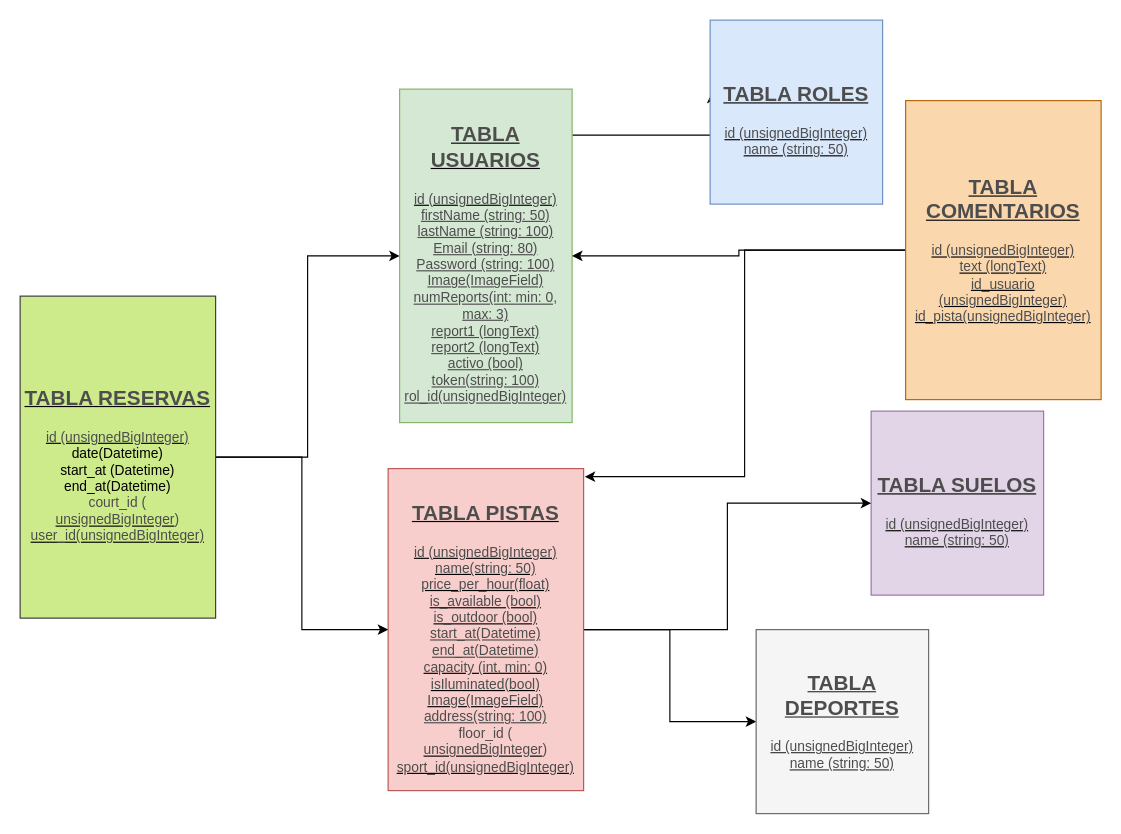
jedahee/Laravel-Backend-Final-Project-Degree keeps this draw.io diagram as GestionPistas BBDD.drawio. Above is the earlier version. Source tidied: cells renumbered, new cells numbered last; positions are measured from the earlier drawing's top-left corner, leaving out a move shared by most shapes. Both pictures are drawn from the tidied source at 115%, with x=0, y=0 at pixel (20, 20).
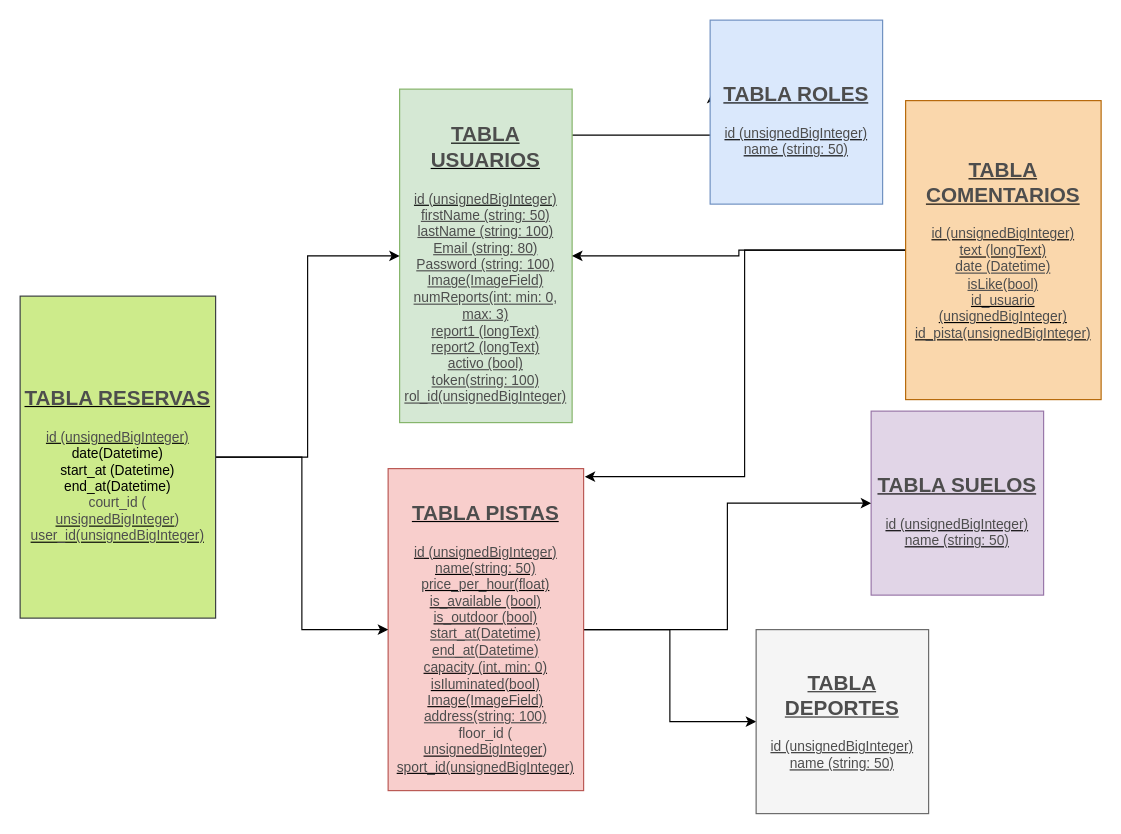
After the change.

Diff of the diagram source:
```diff
@@
 <mxGraphModel>
   <root>
     <mxCell id="0" />
     <mxCell id="1" parent="0" />
     <mxCell id="2" style="edgeStyle=orthogonalEdgeStyle;rounded=0;jettySize=auto;html=1;entryX=0.011;entryY=0.396;entryDx=0;entryDy=0;entryPerimeter=0;fontFamily=Helvetica;fontColor=#4D4D4D;" parent="1" edge="1" source="3" target="5">
       <mxGeometry relative="1" as="geometry">
         <Array as="points">
           <mxPoint x="470" y="100" />
           <mxPoint x="470" y="100" />
         </Array>
       </mxGeometry>
     </mxCell>
     <mxCell id="3" value="&lt;h2&gt;&lt;u&gt;&lt;font color=&quot;#4d4d4d&quot;&gt;TABLA USUARIOS&lt;/font&gt;&lt;/u&gt;&lt;/h2&gt;&lt;div&gt;&lt;u&gt;&lt;font color=&quot;#4d4d4d&quot;&gt;id (unsignedBigInteger)&lt;/font&gt;&lt;/u&gt;&lt;/div&gt;&lt;div&gt;&lt;font color=&quot;#4d4d4d&quot;&gt;&lt;u&gt;firstName (string: 50)&lt;/u&gt;&lt;/font&gt;&lt;/div&gt;&lt;div&gt;&lt;u style=&quot;color: rgb(77 , 77 , 77)&quot;&gt;lastName (string: 100)&lt;/u&gt;&lt;font color=&quot;#4d4d4d&quot;&gt;&lt;u&gt;&lt;br&gt;&lt;/u&gt;&lt;/font&gt;&lt;/div&gt;&lt;div&gt;&lt;u style=&quot;color: rgb(77 , 77 , 77)&quot;&gt;Email (string: 80)&lt;/u&gt;&lt;u style=&quot;color: rgb(77 , 77 , 77)&quot;&gt;&lt;br&gt;&lt;/u&gt;&lt;/div&gt;&lt;div&gt;&lt;u style=&quot;color: rgb(77 , 77 , 77)&quot;&gt;Password (string: 100)&lt;/u&gt;&lt;/div&gt;&lt;div&gt;&lt;u style=&quot;color: rgb(77 , 77 , 77)&quot;&gt;Image(ImageField)&lt;/u&gt;&lt;u style=&quot;color: rgb(77 , 77 , 77)&quot;&gt;&lt;br&gt;&lt;/u&gt;&lt;/div&gt;&lt;div&gt;&lt;u style=&quot;color: rgb(77 , 77 , 77)&quot;&gt;numReports(int: min: 0, max: 3)&lt;/u&gt;&lt;u style=&quot;color: rgb(77 , 77 , 77)&quot;&gt;&lt;br&gt;&lt;/u&gt;&lt;/div&gt;&lt;div&gt;&lt;u style=&quot;color: rgb(77 , 77 , 77)&quot;&gt;report1 (longText)&lt;/u&gt;&lt;u style=&quot;color: rgb(77 , 77 , 77)&quot;&gt;&lt;br&gt;&lt;/u&gt;&lt;/div&gt;&lt;div&gt;&lt;u style=&quot;color: rgb(77 , 77 , 77)&quot;&gt;report2 (longText)&lt;/u&gt;&lt;u style=&quot;color: rgb(77 , 77 , 77)&quot;&gt;&lt;br&gt;&lt;/u&gt;&lt;/div&gt;&lt;div&gt;&lt;u style=&quot;color: rgb(77 , 77 , 77)&quot;&gt;activo (bool)&lt;/u&gt;&lt;/div&gt;&lt;div&gt;&lt;u style=&quot;color: rgb(77 , 77 , 77)&quot;&gt;token(string: 100)&lt;/u&gt;&lt;/div&gt;&lt;div&gt;&lt;u style=&quot;color: rgb(77 , 77 , 77)&quot;&gt;rol_id(unsignedBigInteger)&lt;/u&gt;&lt;/div&gt;" style="rounded=0;whiteSpace=wrap;html=1;fillColor=#d5e8d4;strokeColor=#82b366;strokeWidth=1;perimeterSpacing=0;line-height:30px;" parent="1" vertex="1">
       <mxGeometry x="330" y="60" width="150" height="290" as="geometry" />
     </mxCell>
     <mxCell id="4" value="&lt;h2&gt;&lt;u&gt;&lt;font color=&quot;#4d4d4d&quot;&gt;TABLA SUELOS&lt;/font&gt;&lt;/u&gt;&lt;/h2&gt;&lt;div&gt;&lt;div&gt;&lt;u&gt;&lt;font color=&quot;#4d4d4d&quot;&gt;id (unsignedBigInteger)&lt;/font&gt;&lt;/u&gt;&lt;/div&gt;&lt;/div&gt;&lt;div&gt;&lt;u&gt;&lt;font color=&quot;#4d4d4d&quot;&gt;name (string: 50)&lt;/font&gt;&lt;/u&gt;&lt;u&gt;&lt;font color=&quot;#4d4d4d&quot;&gt;&lt;br&gt;&lt;/font&gt;&lt;/u&gt;&lt;/div&gt;" style="rounded=0;whiteSpace=wrap;html=1;fillColor=#e1d5e7;strokeColor=#9673a6;" parent="1" vertex="1">
       <mxGeometry x="740" y="340" width="150" height="160" as="geometry" />
     </mxCell>
     <mxCell id="5" value="&lt;h2&gt;&lt;u&gt;&lt;font color=&quot;#4d4d4d&quot;&gt;TABLA ROLES&lt;/font&gt;&lt;/u&gt;&lt;/h2&gt;&lt;div&gt;&lt;div&gt;&lt;u&gt;&lt;font color=&quot;#4d4d4d&quot;&gt;id (unsignedBigInteger)&lt;/font&gt;&lt;/u&gt;&lt;/div&gt;&lt;/div&gt;&lt;div&gt;&lt;u&gt;&lt;font color=&quot;#4d4d4d&quot;&gt;name (string: 50)&lt;/font&gt;&lt;/u&gt;&lt;/div&gt;" style="rounded=0;whiteSpace=wrap;html=1;fillColor=#dae8fc;strokeColor=#6c8ebf;" parent="1" vertex="1">
       <mxGeometry x="600" width="150" height="160" as="geometry" />
     </mxCell>
     <mxCell id="6" style="edgeStyle=orthogonalEdgeStyle;rounded=0;jettySize=auto;html=1;fontFamily=Helvetica;fontColor=#4D4D4D;" parent="1" edge="1" source="8" target="4">
       <mxGeometry relative="1" as="geometry" />
     </mxCell>
     <mxCell id="7" style="edgeStyle=orthogonalEdgeStyle;rounded=0;jettySize=auto;html=1;fontFamily=Helvetica;fontColor=#4D4D4D;" parent="1" edge="1" source="8" target="9">
       <mxGeometry relative="1" as="geometry" />
     </mxCell>
     <mxCell id="8" value="&lt;h2&gt;&lt;u&gt;&lt;font color=&quot;#4d4d4d&quot;&gt;TABLA PISTAS&lt;/font&gt;&lt;/u&gt;&lt;/h2&gt;&lt;div&gt;&lt;div&gt;&lt;u&gt;&lt;font color=&quot;#4d4d4d&quot;&gt;id (unsignedBigInteger)&lt;/font&gt;&lt;/u&gt;&lt;/div&gt;&lt;/div&gt;&lt;div&gt;&lt;u&gt;&lt;font color=&quot;#4d4d4d&quot;&gt;name(string: 50)&lt;/font&gt;&lt;/u&gt;&lt;/div&gt;&lt;div&gt;&lt;u&gt;&lt;font color=&quot;#4d4d4d&quot;&gt;price_per_hour(float)&lt;/font&gt;&lt;/u&gt;&lt;/div&gt;&lt;div&gt;&lt;u&gt;&lt;font color=&quot;#4d4d4d&quot;&gt;is_available (bool)&lt;/font&gt;&lt;/u&gt;&lt;/div&gt;&lt;div&gt;&lt;u&gt;&lt;font color=&quot;#4d4d4d&quot;&gt;is_outdoor (bool)&lt;/font&gt;&lt;/u&gt;&lt;/div&gt;&lt;div&gt;&lt;font color=&quot;#4d4d4d&quot;&gt;&lt;u&gt;start_at(Datetime)&lt;/u&gt;&lt;/font&gt;&lt;/div&gt;&lt;div&gt;&lt;u style=&quot;color: rgb(77 , 77 , 77)&quot;&gt;end_at(Datetime)&lt;/u&gt;&lt;font color=&quot;#4d4d4d&quot;&gt;&lt;u&gt;&lt;br&gt;&lt;/u&gt;&lt;/font&gt;&lt;/div&gt;&lt;div&gt;&lt;u&gt;&lt;font color=&quot;#4d4d4d&quot;&gt;capacity (int, min: 0)&lt;/font&gt;&lt;/u&gt;&lt;/div&gt;&lt;div&gt;&lt;u&gt;&lt;font color=&quot;#4d4d4d&quot;&gt;isIluminated(bool)&lt;/font&gt;&lt;/u&gt;&lt;/div&gt;&lt;div&gt;&lt;u&gt;&lt;font color=&quot;#4d4d4d&quot;&gt;Image(ImageField)&lt;/font&gt;&lt;/u&gt;&lt;/div&gt;&lt;div&gt;&lt;font color=&quot;#4d4d4d&quot;&gt;&lt;u&gt;address(string: 100)&lt;/u&gt;&lt;/font&gt;&lt;/div&gt;&lt;div&gt;&lt;font color=&quot;#4d4d4d&quot;&gt;floor_id (&lt;/font&gt;&lt;/div&gt;&lt;u&gt;&lt;font color=&quot;#4d4d4d&quot;&gt;unsignedBigInteger&lt;/font&gt;&lt;/u&gt;&lt;span style=&quot;color: rgb(77 , 77 , 77)&quot;&gt;)&lt;br&gt;&lt;/span&gt;&lt;u&gt;&lt;font color=&quot;#4d4d4d&quot;&gt;sport_id(unsignedBigInteger)&lt;br&gt;&lt;/font&gt;&lt;/u&gt;" style="rounded=0;whiteSpace=wrap;html=1;fillColor=#f8cecc;strokeColor=#b85450;" parent="1" vertex="1">
       <mxGeometry x="320" y="390" width="170" height="280" as="geometry" />
     </mxCell>
     <mxCell id="9" value="&lt;h2&gt;&lt;u&gt;&lt;font color=&quot;#4d4d4d&quot;&gt;TABLA DEPORTES&lt;/font&gt;&lt;/u&gt;&lt;/h2&gt;&lt;div&gt;&lt;div&gt;&lt;u&gt;&lt;font color=&quot;#4d4d4d&quot;&gt;id (unsignedBigInteger)&lt;/font&gt;&lt;/u&gt;&lt;/div&gt;&lt;/div&gt;&lt;div&gt;&lt;u&gt;&lt;font color=&quot;#4d4d4d&quot;&gt;name (string: 50)&lt;/font&gt;&lt;/u&gt;&lt;/div&gt;&lt;div&gt;&lt;u&gt;&lt;font color=&quot;#4d4d4d&quot;&gt;&lt;br&gt;&lt;/font&gt;&lt;/u&gt;&lt;/div&gt;" style="rounded=0;whiteSpace=wrap;html=1;fillColor=#f5f5f5;strokeColor=#666666;fontColor=#333333;" parent="1" vertex="1">
       <mxGeometry x="640" y="530" width="150" height="160" as="geometry" />
     </mxCell>
     <mxCell id="10" style="edgeStyle=orthogonalEdgeStyle;rounded=0;jettySize=auto;html=1;fontFamily=Helvetica;fontColor=#4D4D4D;" parent="1" edge="1" source="12" target="3">
       <mxGeometry relative="1" as="geometry" />
     </mxCell>
     <mxCell id="11" style="edgeStyle=orthogonalEdgeStyle;rounded=0;jettySize=auto;html=1;entryX=1.006;entryY=0.025;entryDx=0;entryDy=0;entryPerimeter=0;fontFamily=Helvetica;fontColor=#4D4D4D;" parent="1" edge="1" source="12" target="8">
       <mxGeometry relative="1" as="geometry" />
     </mxCell>
-    <mxCell id="12" value="&lt;h2&gt;&lt;u&gt;&lt;font color=&quot;#4d4d4d&quot;&gt;TABLA COMENTARIOS&lt;/font&gt;&lt;/u&gt;&lt;/h2&gt;&lt;div&gt;&lt;u&gt;&lt;font color=&quot;#4d4d4d&quot;&gt;id (unsignedBigInteger)&lt;/font&gt;&lt;/u&gt;&lt;/div&gt;&lt;div&gt;&lt;u&gt;&lt;font color=&quot;#4d4d4d&quot;&gt;text (longText)&lt;/font&gt;&lt;/u&gt;&lt;/div&gt;&lt;div&gt;&lt;u&gt;&lt;font color=&quot;#4d4d4d&quot;&gt;id_usuario (unsignedBigInteger)&lt;/font&gt;&lt;/u&gt;&lt;u&gt;&lt;font color=&quot;#4d4d4d&quot;&gt;&lt;br&gt;&lt;/font&gt;&lt;/u&gt;&lt;/div&gt;&lt;div&gt;&lt;u&gt;&lt;font color=&quot;#4d4d4d&quot;&gt;id_pista(unsignedBigInteger)&lt;/font&gt;&lt;/u&gt;&lt;u&gt;&lt;font color=&quot;#4d4d4d&quot;&gt;&lt;br&gt;&lt;/font&gt;&lt;/u&gt;&lt;/div&gt;&lt;div&gt;&lt;br&gt;&lt;/div&gt;" style="rounded=0;whiteSpace=wrap;html=1;fillColor=#fad7ac;strokeColor=#b46504;strokeWidth=1;perimeterSpacing=0;line-height:30px;" parent="1" vertex="1">
+    <mxCell id="12" value="&lt;h2&gt;&lt;u&gt;&lt;font color=&quot;#4d4d4d&quot;&gt;TABLA COMENTARIOS&lt;/font&gt;&lt;/u&gt;&lt;/h2&gt;&lt;div&gt;&lt;u&gt;&lt;font color=&quot;#4d4d4d&quot;&gt;id (unsignedBigInteger)&lt;/font&gt;&lt;/u&gt;&lt;/div&gt;&lt;div&gt;&lt;u&gt;&lt;font color=&quot;#4d4d4d&quot;&gt;text (longText)&lt;/font&gt;&lt;/u&gt;&lt;/div&gt;&lt;div&gt;&lt;font color=&quot;#4d4d4d&quot;&gt;&lt;u&gt;date (Datetime)&lt;/u&gt;&lt;/font&gt;&lt;/div&gt;&lt;div&gt;&lt;font color=&quot;#4d4d4d&quot;&gt;&lt;u&gt;isLike(bool)&lt;/u&gt;&lt;/font&gt;&lt;/div&gt;&lt;div&gt;&lt;u&gt;&lt;font color=&quot;#4d4d4d&quot;&gt;id_usuario (unsignedBigInteger)&lt;/font&gt;&lt;/u&gt;&lt;u&gt;&lt;font color=&quot;#4d4d4d&quot;&gt;&lt;br&gt;&lt;/font&gt;&lt;/u&gt;&lt;/div&gt;&lt;div&gt;&lt;u&gt;&lt;font color=&quot;#4d4d4d&quot;&gt;id_pista(unsignedBigInteger)&lt;/font&gt;&lt;/u&gt;&lt;u&gt;&lt;font color=&quot;#4d4d4d&quot;&gt;&lt;br&gt;&lt;/font&gt;&lt;/u&gt;&lt;/div&gt;&lt;div&gt;&lt;br&gt;&lt;/div&gt;" style="rounded=0;whiteSpace=wrap;html=1;fillColor=#fad7ac;strokeColor=#b46504;strokeWidth=1;perimeterSpacing=0;line-height:30px;" parent="1" vertex="1">
       <mxGeometry x="770" y="70" width="170" height="260" as="geometry" />
     </mxCell>
     <mxCell id="13" style="edgeStyle=orthogonalEdgeStyle;rounded=0;jettySize=auto;html=1;entryX=0;entryY=0.5;entryDx=0;entryDy=0;fontFamily=Helvetica;fontColor=#4D4D4D;" parent="1" edge="1" source="15" target="3">
       <mxGeometry relative="1" as="geometry" />
     </mxCell>
     <mxCell id="14" style="edgeStyle=orthogonalEdgeStyle;rounded=0;jettySize=auto;html=1;fontFamily=Helvetica;fontColor=#4D4D4D;" parent="1" edge="1" source="15" target="8">
       <mxGeometry relative="1" as="geometry" />
     </mxCell>
     <mxCell id="15" value="&lt;h2&gt;&lt;u&gt;&lt;font color=&quot;#4d4d4d&quot;&gt;TABLA RESERVAS&lt;/font&gt;&lt;/u&gt;&lt;/h2&gt;&lt;div&gt;&lt;div&gt;&lt;u&gt;&lt;font color=&quot;#4d4d4d&quot;&gt;id (unsignedBigInteger)&lt;/font&gt;&lt;/u&gt;&lt;/div&gt;&lt;/div&gt;&lt;div&gt;date(Datetime)&lt;/div&gt;&lt;div&gt;start_at (Datetime)&lt;/div&gt;&lt;div&gt;end_at(Datetime)&lt;/div&gt;&lt;div&gt;&lt;font color=&quot;#4d4d4d&quot;&gt;court_id (&lt;/font&gt;&lt;/div&gt;&lt;u&gt;&lt;font color=&quot;#4d4d4d&quot;&gt;unsignedBigInteger&lt;/font&gt;&lt;/u&gt;&lt;span style=&quot;color: rgb(77 , 77 , 77)&quot;&gt;)&lt;br&gt;&lt;/span&gt;&lt;u&gt;&lt;font color=&quot;#4d4d4d&quot;&gt;user_id(unsignedBigInteger)&lt;br&gt;&lt;/font&gt;&lt;/u&gt;" style="rounded=0;whiteSpace=wrap;html=1;fillColor=#cdeb8b;strokeColor=#36393d;" parent="1" vertex="1">
       <mxGeometry y="240" width="170" height="280" as="geometry" />
     </mxCell>
   </root>
 </mxGraphModel>
```
